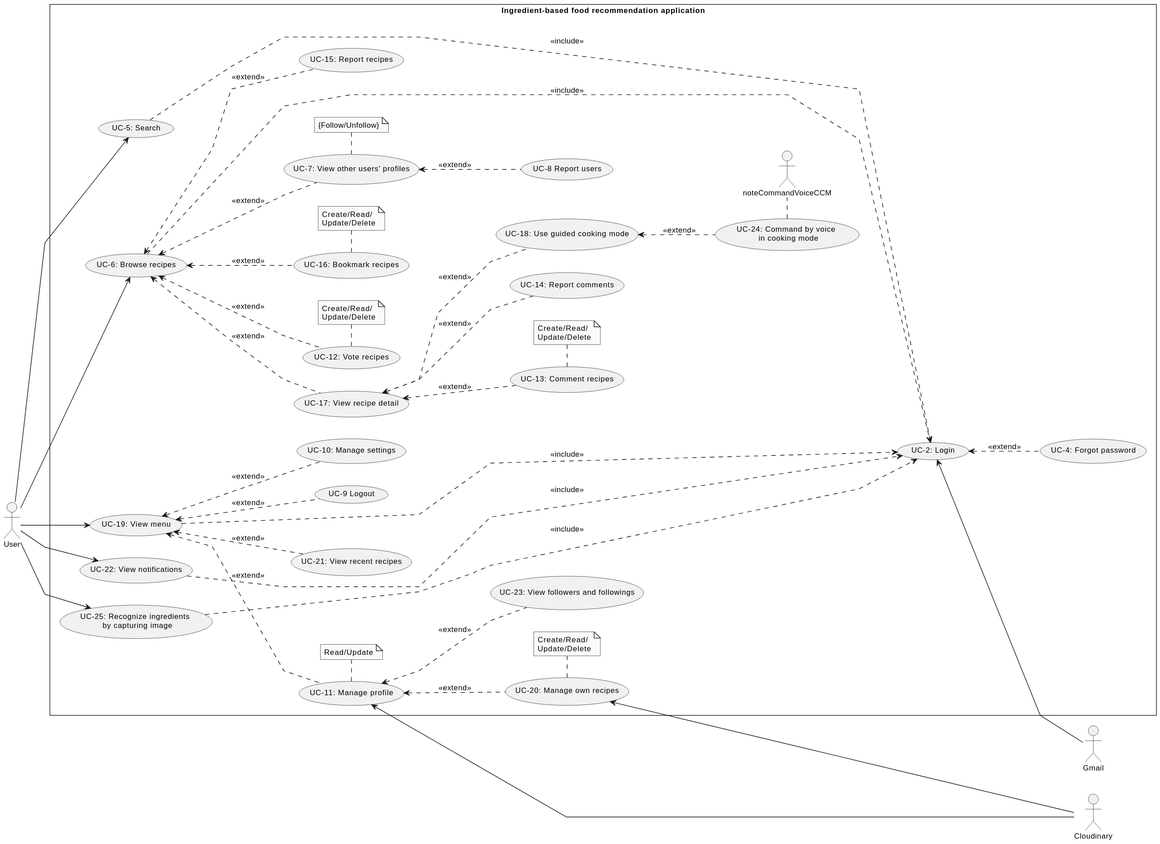
Before: doc/SRS/Usecase/UserUsecase/UserUsecase.svg, a diagram exported from PlantUML (Carl-Johnsons/tastopia).
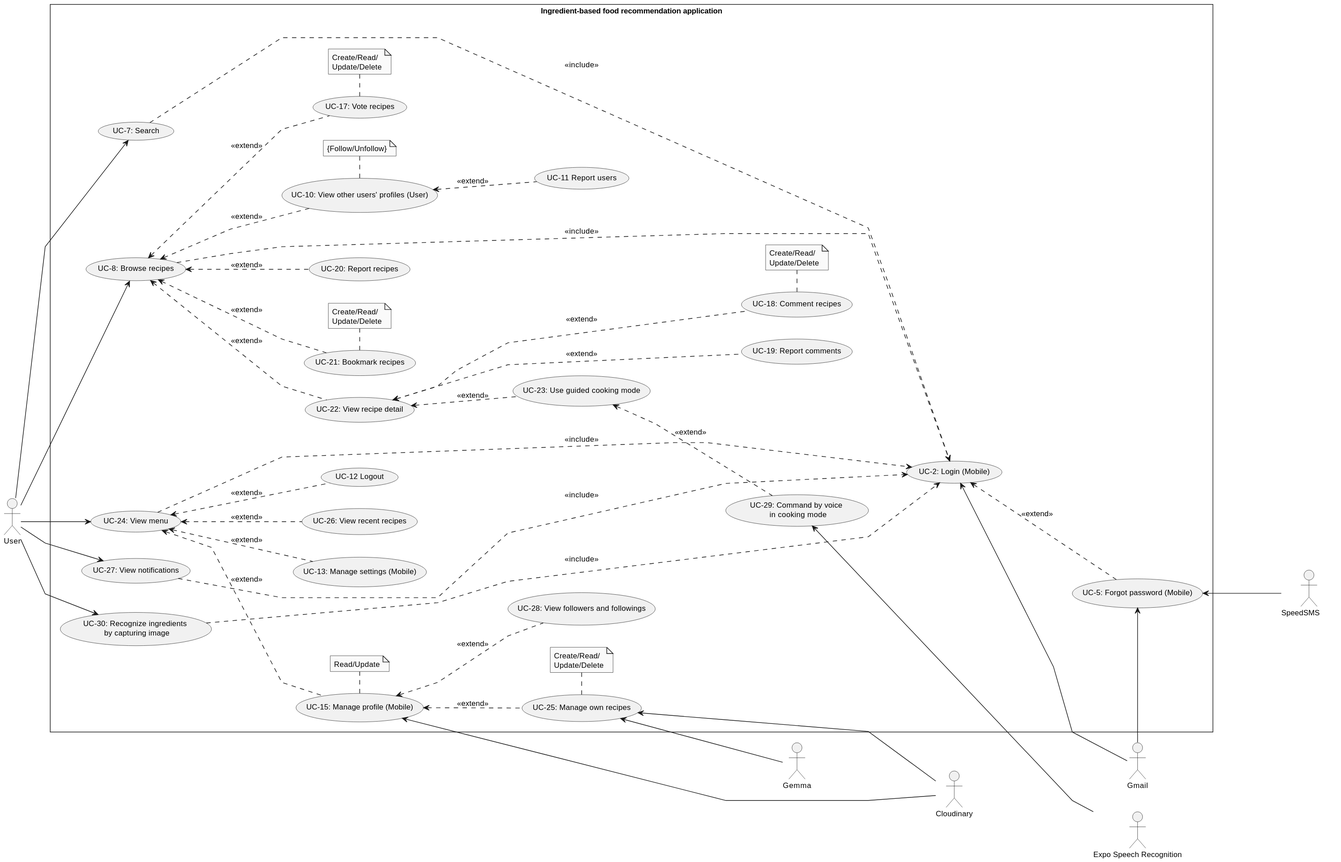
After the commit.

Commit message:
doc: update user use case diagram

Change to the diagram source:
```diff
@@ -7,32 +7,35 @@
 actor "User" as user
 actor "Gmail" as gmail
 actor "Cloudinary" as cl
+actor "SpeedSMS         " as sms
+actor "Gemma" as gemma
+actor "Expo Speech Recognition" as speech
 
 rectangle Ingredient-based<U+0020>food<U+0020>recommendation<U+0020>application {
-    usecase "UC-2: Login" as ucLogin
-    usecase "UC-4: Forgot password" as ucForgotPassword
-    usecase "UC-8 Report users" as ucReportUser
-    usecase "UC-9 Logout" as ucLogout
-    usecase "UC-10: Manage settings" as ucManageSetting
-    usecase "UC-11: Manage profile" as ucManageProfile
+    usecase "UC-2: Login (Mobile)" as ucLogin
+    usecase "UC-5: Forgot password (Mobile)" as ucForgotPassword
+    usecase "UC-11 Report users" as ucReportUser
+    usecase "UC-12 Logout" as ucLogout
+    usecase "UC-13: Manage settings (Mobile)" as ucManageSetting
+    usecase "UC-15: Manage profile (Mobile)" as ucManageProfile
 
-    usecase "UC-5: Search" as ucSearch
-    usecase "UC-6: Browse recipes" as ucBrowseRecipes
-    usecase "UC-12: Vote recipes" as ucVoteRecipe
-    usecase "UC-13: Comment recipes" as ucCmtRecipe
-    usecase "UC-14: Report comments" as ucReportComment
-    usecase "UC-15: Report recipes" as ucReportRecipe
-    usecase "UC-16: Bookmark recipes" as ucBookmarkRecipe
-    usecase "UC-17: View recipe detail" as ucViewRecipeDetail
-    usecase "UC-18: Use guided cooking mode" as ucGuidedCCM
-    usecase "UC-7: View other users' profiles" as ucViewUSProfile
+    usecase "UC-7: Search" as ucSearch
+    usecase "UC-8: Browse recipes" as ucBrowseRecipes
+    usecase "UC-17: Vote recipes" as ucVoteRecipe
+    usecase "UC-18: Comment recipes" as ucCmtRecipe
+    usecase "UC-19: Report comments" as ucReportComment
+    usecase "UC-20: Report recipes" as ucReportRecipe
+    usecase "UC-21: Bookmark recipes" as ucBookmarkRecipe
+    usecase "UC-22: View recipe detail" as ucViewRecipeDetail
+    usecase "UC-23: Use guided cooking mode" as ucGuidedCCM
+    usecase "UC-10: View other users' profiles (User)" as ucViewUSProfile
 
-    usecase "UC-19: View menu" as ucViewMenu
-    usecase "UC-20: Manage own recipes" as ucManageRecipe
-    usecase "UC-21: View recent recipes" as ucViewRecentRecipes
+    usecase "UC-24: View menu" as ucViewMenu
+    usecase "UC-25: Manage own recipes" as ucManageRecipe
+    usecase "UC-26: View recent recipes" as ucViewRecentRecipes
 
-    usecase "UC-22: View notifications" as ucViewNotif
-    usecase "UC-23: View followers and followings" as ucViewFollow
+    usecase "UC-27: View notifications" as ucViewNotif
+    usecase "UC-28: View followers and followings" as ucViewFollow
 
     note "Create/Read/\nUpdate/Delete" as noteManageRecipe
     note "Read/Update" as noteManageProfile
@@ -48,9 +51,9 @@
             ucVoteRecipe . noteVoteRecipe
         ucBrowseRecipes <.. ucReportRecipe : <<extend>>
         ucBrowseRecipes <.. ucViewRecipeDetail : <<extend>>
-            ucViewRecipeDetail <.. ucCmtRecipe : <<extend>>
+            ucViewRecipeDetail <... ucCmtRecipe : <<extend>>
                 ucCmtRecipe . noteCmtRecipe
-            ucViewRecipeDetail <.. ucReportComment : <<extend>>
+            ucViewRecipeDetail <... ucReportComment : <<extend>>
             ucViewRecipeDetail <.. ucGuidedCCM : <<extend>>
         ucBrowseRecipes <.. ucBookmarkRecipe : <<extend>>
             ucBookmarkRecipe . noteBookmarkRecipe
@@ -71,8 +74,11 @@
     user --> ucViewNotif
 
     gmail -up-> ucLogin
-    cl --up--> ucManageProfile
-    cl --up--> ucManageRecipe
+    cl --up-> ucManageProfile
+    cl --up-> ucManageRecipe
+    gemma -up-> ucManageRecipe
+    sms --up-> ucForgotPassword
+    gmail ---> ucForgotPassword
 
     ucSearch .....> ucLogin : <<include>>
     ucBrowseRecipes .....> ucLogin : <<include>>
@@ -80,14 +86,13 @@
     ucViewNotif .....>ucLogin : <<include>>
     ucLogin <.. ucForgotPassword : <<extend>>
 
+    usecase "UC-29: Command by voice \n in cooking mode" as ucCommandVoiceCCM
+    usecase "UC-30: Recognize ingredients \n by capturing image" as ucRecognizeIngre
 
-    usecase "UC-24: Command by voice \n in cooking mode" as ucCommandVoiceCCM
-    usecase "UC-25: Recognize ingredients \n by capturing image" as ucRecognizeIngre
-
+    speech --up-> ucCommandVoiceCCM
 
     user --> ucRecognizeIngre
     ucGuidedCCM <.. ucCommandVoiceCCM : <<extend>>
-        ucCommandVoiceCCM . noteCommandVoiceCCM
 
     ucRecognizeIngre .....> ucLogin : <<include>>
 
```
